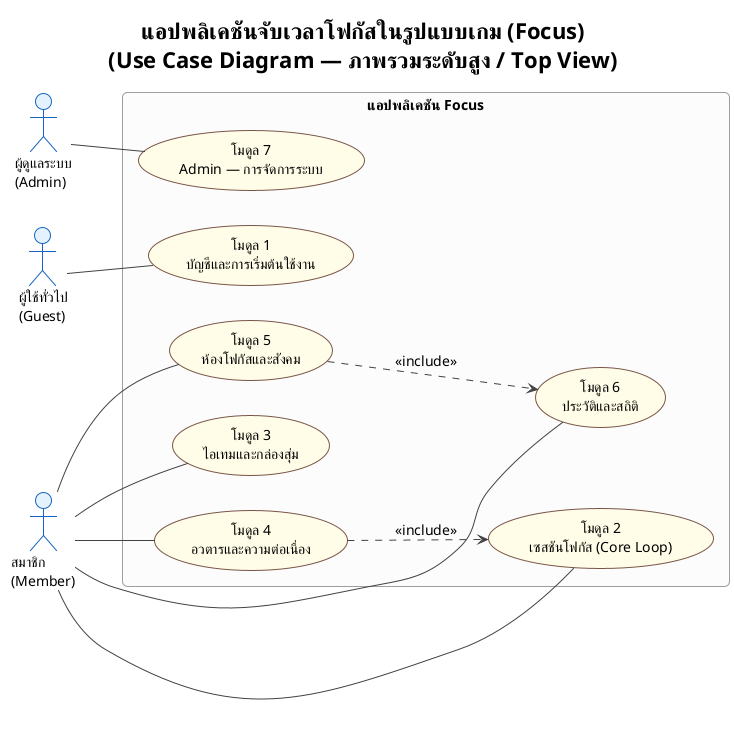
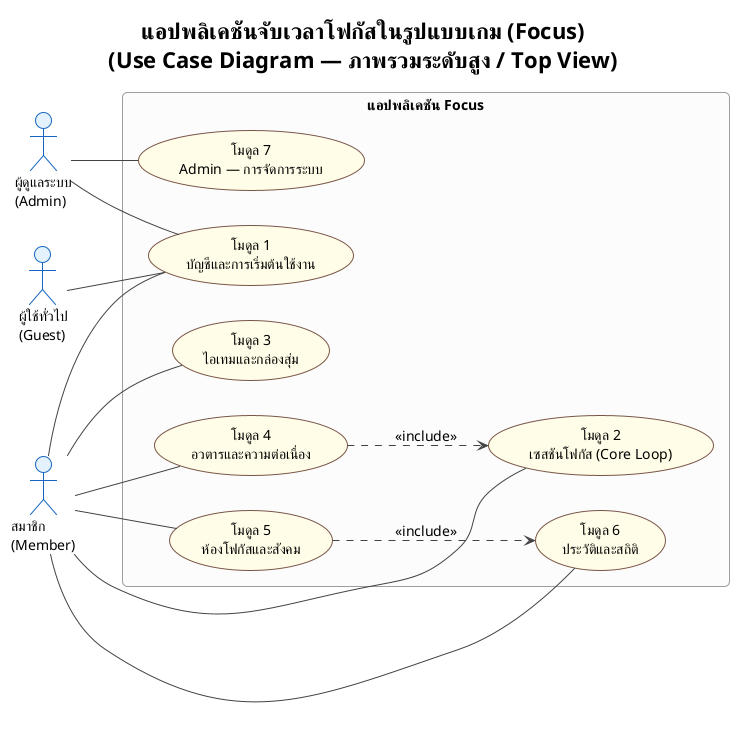
@startuml usecase_overview
!theme plain
skinparam defaultFontName TH Sarabun New
skinparam defaultFontSize 14
skinparam roundcorner 10

skinparam usecase {
  BackgroundColor #FFFDE7
  BorderColor #795548
}
skinparam actor {
  BackgroundColor #E3F2FD
  BorderColor #1565C0
}
skinparam rectangle {
  BackgroundColor #FCFCFC
  BorderColor #9E9E9E
}
skinparam ArrowColor #424242

title <b>แอปพลิเคชันจับเวลาโฟกัสในรูปแบบเกม (Focus)</b>\n(Use Case Diagram — ภาพรวมระดับสูง / Top View)

left to right direction

actor "ผู้ใช้ทั่วไป\n(Guest)" as Guest
actor "สมาชิก\n(Member)" as Member
actor "ผู้ดูแลระบบ\n(Admin)" as Admin

rectangle "แอปพลิเคชัน Focus" {
  usecase "โมดูล 1\nบัญชีและการเริ่มต้นใช้งาน" as M1
  usecase "โมดูล 2\nเซสชันโฟกัส (Core Loop)" as M2
  usecase "โมดูล 3\nไอเทมและกล่องสุ่ม" as M3
  usecase "โมดูล 4\nอวตารและความต่อเนื่อง" as M4
  usecase "โมดูล 5\nห้องโฟกัสและสังคม" as M5
  usecase "โมดูล 6\nประวัติและสถิติ" as M6
  usecase "โมดูล 7\nAdmin — การจัดการระบบ" as M7
}

- ' ===== Actor generalization: Room Member เป็นสมาชิกที่กำลังอยู่ในห้อง =====
- 
' ===== ความสัมพันธ์ actor–use case (เส้นธรรมดา) =====
Guest -- M1
+ Member -- M1
+ Admin -- M1
Member -- M2
Member -- M3
Member -- M4
Member -- M5
Member -- M6
Admin -- M7

' ===== ความสัมพันธ์ระหว่างโมดูล =====
' หมายเหตุ: HP Decay/Streak/เลเวลอัพ ถูกยุบรวมเป็น business rules ของโมดูล 2 แล้ว
' ไม่ใช่ use case แยกที่ต้องวาดเป็นความสัมพันธ์ระหว่างโมดูลอีกต่อไป
M4 ..> M2 : <<include>>
M5 ..> M6 : <<include>>

@enduml
